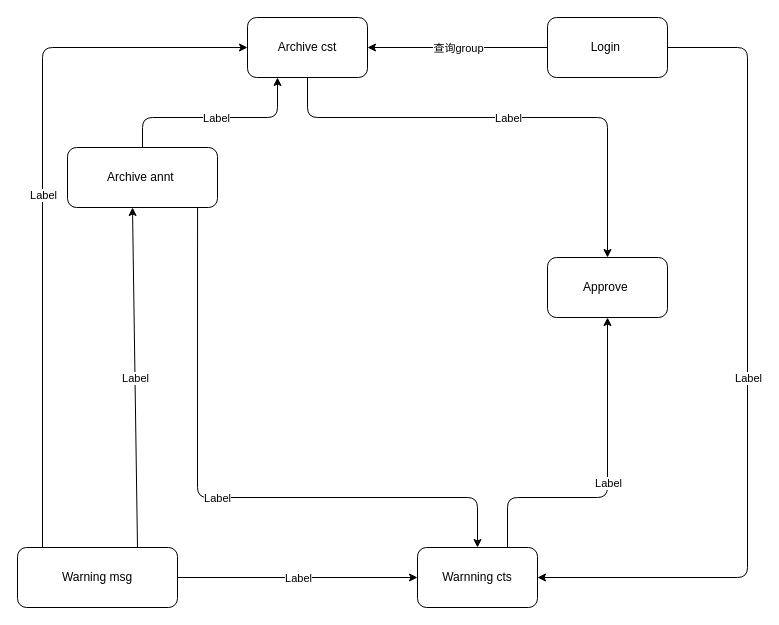
Above: container.drawio in meibai/- (draw.io), before the change. Source tidied: cells renumbered, new cells numbered last; positions are measured from the earlier drawing's top-left corner, leaving out a move shared by most shapes. Both pictures are drawn from the tidied source at 100%, with x=0, y=0 at pixel (17, 17).
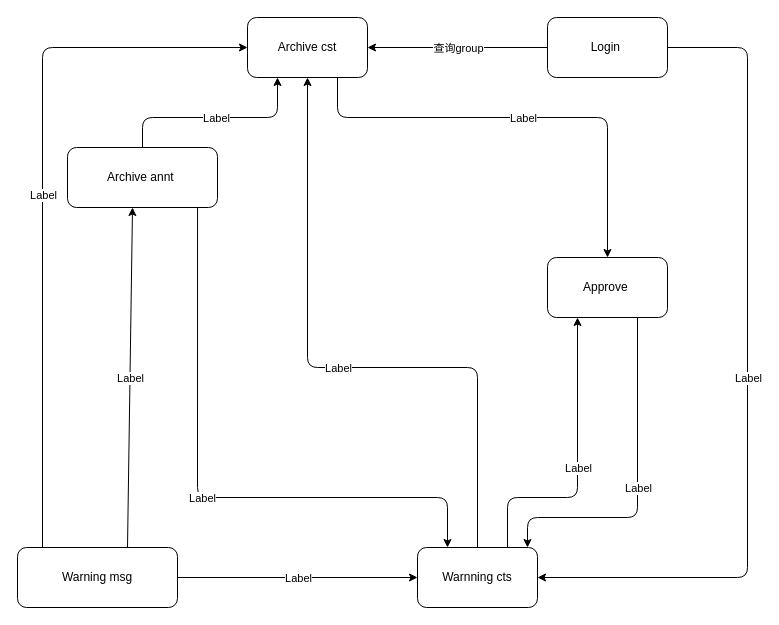
The same page after the edit.

Unchanged cells that the change refers to:
```xml
<mxCell id="2" value="Archive annt&amp;nbsp;" style="rounded=1;whiteSpace=wrap;html=1;" parent="1" vertex="1">
  <mxGeometry x="50" y="130" width="150" height="60" as="geometry" />
</mxCell>
<mxCell id="3" value="Approve&amp;nbsp;" style="rounded=1;whiteSpace=wrap;html=1;" parent="1" vertex="1">
  <mxGeometry x="530" y="240" width="120" height="60" as="geometry" />
</mxCell>
<mxCell id="4" value="Warnning cts" style="rounded=1;whiteSpace=wrap;html=1;" parent="1" vertex="1">
  <mxGeometry x="400" y="530" width="120" height="60" as="geometry" />
</mxCell>
<mxCell id="5" value="Warning msg" style="rounded=1;whiteSpace=wrap;html=1;" parent="1" vertex="1">
  <mxGeometry y="530" width="160" height="60" as="geometry" />
</mxCell>
<mxCell id="6" value="Archive cst" style="rounded=1;whiteSpace=wrap;html=1;" parent="1" vertex="1">
  <mxGeometry x="230" width="120" height="60" as="geometry" />
</mxCell>
```

Diff of the diagram source:
```diff
@@
-    <mxCell id="12" style="endArrow=classic;html=1;exitX=0.75;exitY=0;exitDx=0;exitDy=0;" parent="1" edge="1" source="5">
+    <mxCell id="12" style="endArrow=classic;html=1;" parent="1" edge="1">
       <mxGeometry relative="1" as="geometry">
+        <mxPoint x="110" y="530" as="sourcePoint" />
         <mxPoint x="115" y="190" as="targetPoint" />
       </mxGeometry>
     </mxCell>
@@
-    <mxCell id="18" style="endArrow=classic;html=1;entryX=0.5;entryY=0;entryDx=0;entryDy=0;exitX=0.867;exitY=1;exitDx=0;exitDy=0;exitPerimeter=0;" parent="1" edge="1" source="2" target="4">
+    <mxCell id="18" style="endArrow=classic;html=1;entryX=0.25;entryY=0;entryDx=0;entryDy=0;exitX=0.867;exitY=1;exitDx=0;exitDy=0;exitPerimeter=0;" parent="1" edge="1" source="2" target="4">
       <mxGeometry relative="1" as="geometry">
         <Array as="points">
           <mxPoint x="180" y="480" />
-          <mxPoint x="460" y="480" />
+          <mxPoint x="430" y="480" />
         </Array>
       </mxGeometry>
     </mxCell>
@@
-    <mxCell id="20" style="endArrow=classic;html=1;entryX=0.5;entryY=0;entryDx=0;entryDy=0;exitX=0.5;exitY=1;exitDx=0;exitDy=0;" parent="1" edge="1" source="6" target="3">
+    <mxCell id="20" style="endArrow=classic;html=1;entryX=0.5;entryY=0;entryDx=0;entryDy=0;exitX=0.75;exitY=1;exitDx=0;exitDy=0;" parent="1" edge="1" source="6" target="3">
       <mxGeometry relative="1" as="geometry">
         <Array as="points">
-          <mxPoint x="290" y="100" />
+          <mxPoint x="320" y="100" />
           <mxPoint x="590" y="100" />
         </Array>
       </mxGeometry>
     </mxCell>
@@
-    <mxCell id="22" style="endArrow=classic;html=1;entryX=0.5;entryY=1;entryDx=0;entryDy=0;exitX=0.75;exitY=0;exitDx=0;exitDy=0;" parent="1" edge="1" source="4" target="3">
+    <mxCell id="22" style="endArrow=classic;html=1;entryX=0.25;entryY=1;entryDx=0;entryDy=0;exitX=0.75;exitY=0;exitDx=0;exitDy=0;" parent="1" edge="1" source="4" target="3">
       <mxGeometry relative="1" as="geometry">
         <Array as="points">
           <mxPoint x="490" y="480" />
-          <mxPoint x="590" y="480" />
+          <mxPoint x="560" y="480" />
         </Array>
       </mxGeometry>
     </mxCell>
@@
+    <mxCell id="26" style="endArrow=classic;html=1;entryX=0.5;entryY=1;entryDx=0;entryDy=0;" parent="1" edge="1" target="6">
+      <mxGeometry relative="1" as="geometry">
+        <mxPoint x="460" y="530" as="sourcePoint" />
+        <Array as="points">
+          <mxPoint x="460" y="350" />
+          <mxPoint x="290" y="350" />
+        </Array>
+      </mxGeometry>
+    </mxCell>
+    <mxCell id="27" value="Label" style="edgeLabel;html=1;align=center;verticalAlign=middle;" parent="26" vertex="1">
+      <mxGeometry relative="1" as="geometry" />
+    </mxCell>
+    <mxCell id="28" style="endArrow=classic;html=1;entryX=0.75;entryY=1;entryDx=0;entryDy=0;exitX=0.75;exitY=1;exitDx=0;exitDy=0;" parent="1" edge="1" source="3">
+      <mxGeometry relative="1" as="geometry">
+        <mxPoint x="510" y="530" as="targetPoint" />
+        <Array as="points">
+          <mxPoint x="620" y="500" />
+          <mxPoint x="510" y="500" />
+        </Array>
+      </mxGeometry>
+    </mxCell>
+    <mxCell id="29" value="Label" style="edgeLabel;html=1;align=center;verticalAlign=middle;" parent="28" vertex="1">
+      <mxGeometry relative="1" as="geometry" />
+    </mxCell>
```
